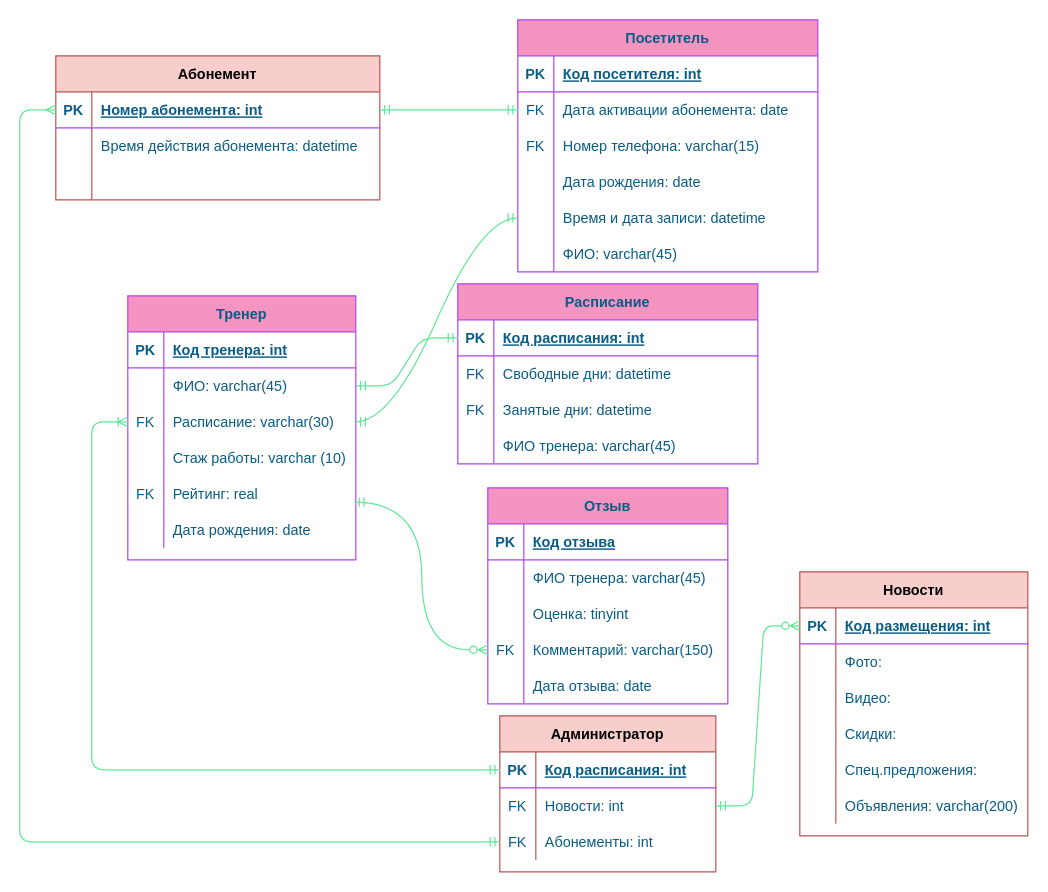
This is Diagrams/ER3.drawio from yuliapyrikova/-, a draw.io file, before an edit. Source tidied: cells renumbered, new cells numbered last; positions are measured from the earlier drawing's top-left corner, leaving out a move shared by most shapes. Both pictures are drawn from the tidied source at 120%, with x=0, y=0 at pixel (19, 19).
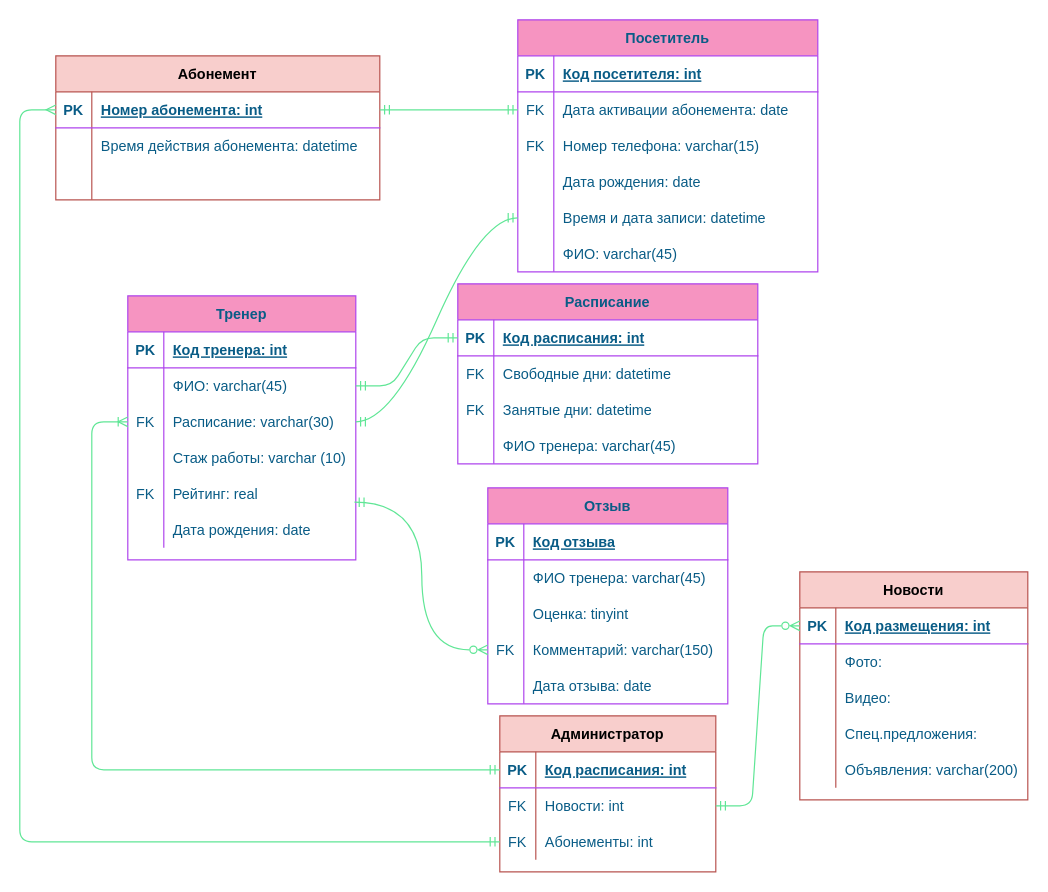
The same diagram, later.

What changed in the source:
```diff
@@
     <mxCell id="81" value="Новости" style="shape=table;startSize=30;childLayout=tableLayout;rowLines=0;fontStyle=1;align=center;fillColor=#f8cecc;strokeColor=#b85450;" parent="1" vertex="1">
-      <mxGeometry x="650" y="460" width="190" height="220" as="geometry" />
+      <mxGeometry x="650" y="460" width="190" height="190" as="geometry" />
     </mxCell>
@@
-    <mxCell id="91" style="shape=partialRectangle;fillColor=none;top=0;left=0;bottom=0;right=0;strokeColor=#AF45ED;fontColor=#095C86;" parent="81" vertex="1">
-      <mxGeometry y="120" width="190" height="30" as="geometry" />
-    </mxCell>
-    <mxCell id="92" style="shape=partialRectangle;fillColor=none;top=0;left=0;bottom=0;right=0;overflow=hidden;strokeColor=#AF45ED;fontColor=#095C86;" parent="91" vertex="1">
-      <mxGeometry width="30" height="30" as="geometry" />
-    </mxCell>
-    <mxCell id="93" value="Скидки: " style="shape=partialRectangle;fillColor=none;top=0;left=0;bottom=0;right=0;align=left;spacingLeft=6;overflow=hidden;strokeColor=#AF45ED;fontColor=#095C86;" parent="91" vertex="1">
-      <mxGeometry x="30" width="160" height="30" as="geometry" />
-    </mxCell>
     <mxCell id="94" style="shape=partialRectangle;fillColor=none;top=0;left=0;bottom=0;right=0;strokeColor=#AF45ED;fontColor=#095C86;" parent="81" vertex="1">
-      <mxGeometry y="150" width="190" height="30" as="geometry" />
+      <mxGeometry y="120" width="190" height="30" as="geometry" />
     </mxCell>
@@
     <mxCell id="97" style="shape=partialRectangle;fillColor=none;top=0;left=0;bottom=0;right=0;strokeColor=#AF45ED;fontColor=#095C86;" parent="81" vertex="1">
-      <mxGeometry y="180" width="190" height="30" as="geometry" />
+      <mxGeometry y="150" width="190" height="30" as="geometry" />
     </mxCell>
```
